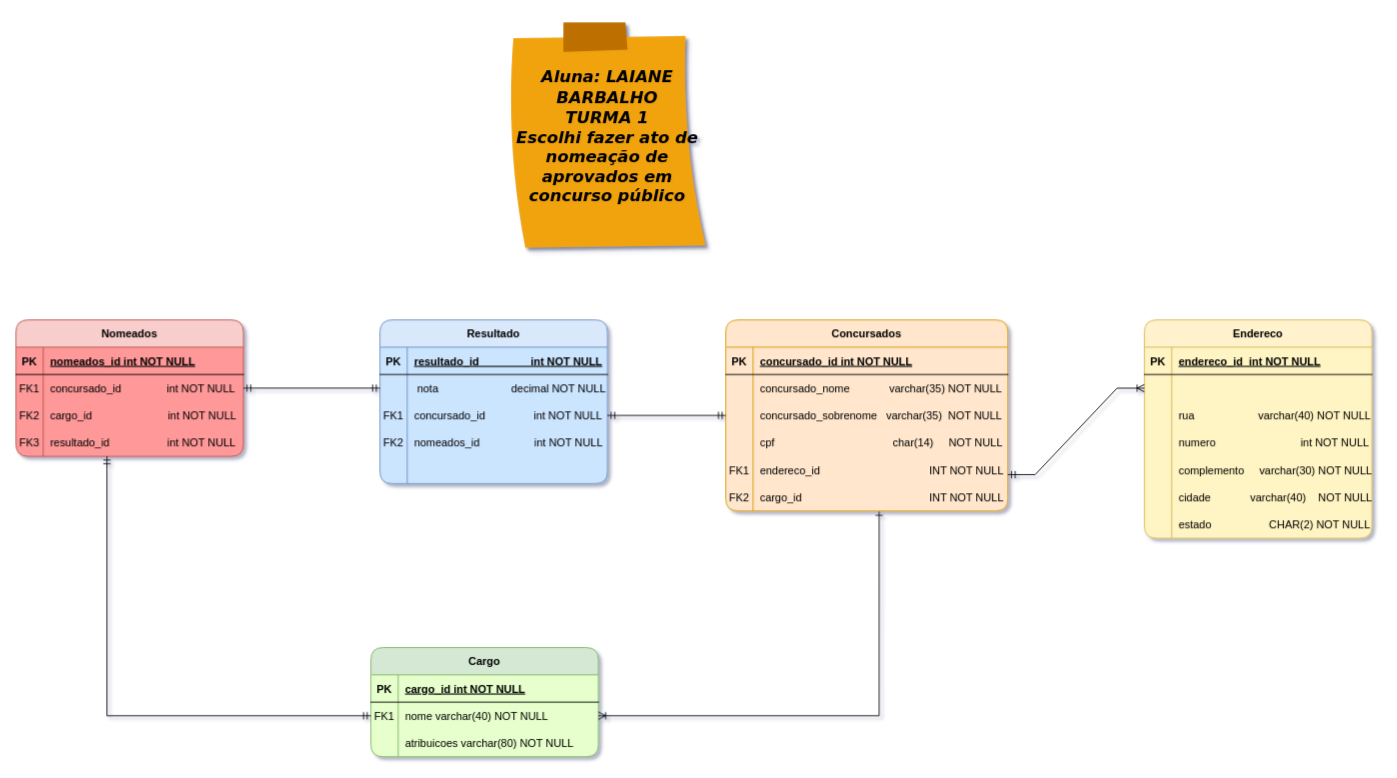
laianebarbalho/CHECKPOINT01_BANCODEDADOS keeps this draw.io diagram as Untitled Diagram.drawio. Above is the earlier version. Source tidied: cells renumbered, new cells numbered last; positions are measured from the earlier drawing's top-left corner, leaving out a move shared by most shapes. Both pictures are drawn from the tidied source at 91%, with x=0, y=0 at pixel (15, 22).
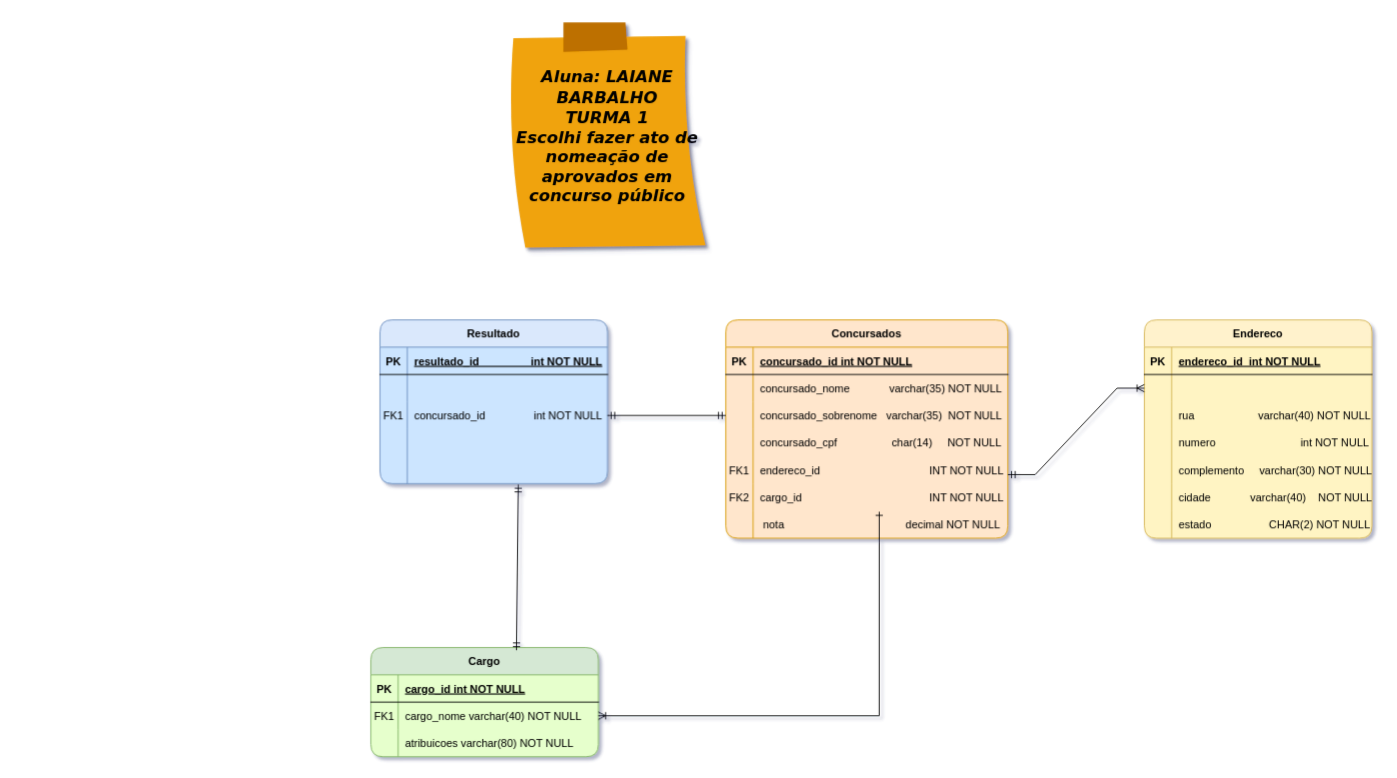
After the change.

Unchanged cells that the change refers to:
```xml
<mxCell id="24" value="Cargo" style="shape=table;startSize=30;childLayout=tableLayout;rowLines=0;fontStyle=1;align=center;rounded=1;fillColor=#d5e8d4;strokeColor=#82b366;swimlaneFillColor=#E6FFCC;" parent="1" vertex="1">
  <mxGeometry x="390" y="687" width="250" height="120" as="geometry" />
</mxCell>
<mxCell id="28" style="shape=partialRectangle;fillColor=none;points=[[0,0.5],[1,0.5]];portConstraint=eastwest;top=0;left=0;right=0;bottom=0;" parent="24" vertex="1">
  <mxGeometry y="60" width="250" height="30" as="geometry" />
</mxCell>
<mxCell id="44" style="shape=partialRectangle;fillColor=none;top=0;left=0;right=0;bottom=0;" parent="34" vertex="1">
  <mxGeometry y="120" width="310" height="30" as="geometry" />
</mxCell>
<mxCell id="57" style="shape=partialRectangle;fillColor=none;points=[[0,0.5],[1,0.5]];portConstraint=eastwest;top=0;left=0;right=0;bottom=0;" parent="53" vertex="1">
  <mxGeometry y="60" width="250" height="30" as="geometry" />
</mxCell>
<mxCell id="63" style="shape=partialRectangle;fillColor=none;top=0;left=0;right=0;bottom=0;" parent="53" vertex="1">
  <mxGeometry y="120" width="250" height="30" as="geometry" />
</mxCell>
<mxCell id="66" style="shape=partialRectangle;fillColor=none;points=[[0,0.5],[1,0.5]];portConstraint=eastwest;top=0;left=0;right=0;bottom=0;" parent="53" vertex="1">
  <mxGeometry y="150" width="250" height="30" as="geometry" />
</mxCell>
```

Change to the diagram source:
```diff
@@
-    <mxCell id="30" value="nome varchar(40) NOT NULL" style="shape=partialRectangle;overflow=hidden;fillColor=none;top=0;left=0;bottom=0;right=0;align=left;spacingLeft=6;" parent="28" vertex="1">
+    <mxCell id="30" value="cargo_nome varchar(40) NOT NULL" style="shape=partialRectangle;overflow=hidden;fillColor=none;top=0;left=0;bottom=0;right=0;align=left;spacingLeft=6;" parent="28" vertex="1">
       <mxGeometry x="30" width="220" height="30" as="geometry" />
     </mxCell>
@@
     <mxCell id="34" value="Concursados" style="shape=table;startSize=30;childLayout=tableLayout;rowLines=0;fontStyle=1;align=center;fillColor=#ffe6cc;strokeColor=#d79b00;swimlaneFillColor=#FFE6CC;gradientColor=none;rounded=1;" parent="1" vertex="1">
-      <mxGeometry x="780" y="327" width="310" height="210" as="geometry" />
+      <mxGeometry x="780" y="327" width="310" height="240" as="geometry" />
     </mxCell>
@@
-    <mxCell id="46" value="cpf                                       char(14)     NOT NULL  " style="shape=partialRectangle;overflow=hidden;fillColor=none;top=0;left=0;bottom=0;right=0;align=left;spacingLeft=6;" parent="44" vertex="1">
+    <mxCell id="46" value="concursado_cpf                  char(14)     NOT NULL  " style="shape=partialRectangle;overflow=hidden;fillColor=none;top=0;left=0;bottom=0;right=0;align=left;spacingLeft=6;" parent="44" vertex="1">
       <mxGeometry x="30" width="280" height="30" as="geometry" />
     </mxCell>
@@
+    <mxCell id="89" style="shape=partialRectangle;fillColor=none;top=0;left=0;right=0;bottom=0;" parent="34" vertex="1">
+      <mxGeometry y="210" width="310" height="30" as="geometry" />
+    </mxCell>
+    <mxCell id="90" style="shape=partialRectangle;overflow=hidden;fillColor=none;top=0;left=0;bottom=0;right=0;" parent="89" vertex="1">
+      <mxGeometry width="30" height="30" as="geometry" />
+    </mxCell>
+    <mxCell id="91" value=" nota                                        decimal NOT NULL" style="shape=partialRectangle;overflow=hidden;fillColor=none;top=0;left=0;bottom=0;right=0;align=left;spacingLeft=6;" parent="89" vertex="1">
+      <mxGeometry x="30" width="280" height="30" as="geometry" />
+    </mxCell>
@@
-    <mxCell id="59" value=" nota                        decimal NOT NULL" style="shape=partialRectangle;overflow=hidden;fillColor=none;top=0;left=0;bottom=0;right=0;align=left;spacingLeft=6;" parent="57" vertex="1">
+    <mxCell id="59" style="shape=partialRectangle;overflow=hidden;fillColor=none;top=0;left=0;bottom=0;right=0;align=left;spacingLeft=6;" parent="57" vertex="1">
       <mxGeometry x="30" width="220" height="30" as="geometry" />
     </mxCell>
@@
-    <mxCell id="64" value="FK2" style="shape=partialRectangle;overflow=hidden;fillColor=none;top=0;left=0;bottom=0;right=0;" parent="63" vertex="1">
+    <mxCell id="64" style="shape=partialRectangle;overflow=hidden;fillColor=none;top=0;left=0;bottom=0;right=0;" parent="63" vertex="1">
       <mxGeometry width="30" height="30" as="geometry" />
     </mxCell>
-    <mxCell id="65" value="nomeados_id                  int NOT NULL" style="shape=partialRectangle;overflow=hidden;fillColor=none;top=0;left=0;bottom=0;right=0;align=left;spacingLeft=6;" parent="63" vertex="1">
+    <mxCell id="65" style="shape=partialRectangle;overflow=hidden;fillColor=none;top=0;left=0;bottom=0;right=0;align=left;spacingLeft=6;" parent="63" vertex="1">
       <mxGeometry x="30" width="220" height="30" as="geometry" />
     </mxCell>
@@
-    <mxCell id="69" value="Nomeados" style="shape=table;startSize=30;childLayout=tableLayout;rowLines=0;fontStyle=1;align=center;rounded=1;fillColor=#f8cecc;strokeColor=#b85450;swimlaneFillColor=#FF9999;" parent="1" vertex="1">
-      <mxGeometry y="327" width="250" height="150" as="geometry" />
-    </mxCell>
-    <mxCell id="70" style="shape=partialRectangle;fillColor=none;top=0;left=0;right=0;bottom=1;" parent="69" vertex="1">
-      <mxGeometry y="30" width="250" height="30" as="geometry" />
-    </mxCell>
-    <mxCell id="71" value="PK" style="shape=partialRectangle;overflow=hidden;fillColor=none;top=0;left=0;bottom=0;right=0;fontStyle=1;" parent="70" vertex="1">
-      <mxGeometry width="30" height="30" as="geometry" />
-    </mxCell>
-    <mxCell id="72" value="nomeados_id int NOT NULL " style="shape=partialRectangle;overflow=hidden;fillColor=none;top=0;left=0;bottom=0;right=0;align=left;spacingLeft=6;fontStyle=5;" parent="70" vertex="1">
-      <mxGeometry x="30" width="220" height="30" as="geometry" />
-    </mxCell>
-    <mxCell id="73" style="shape=partialRectangle;fillColor=none;points=[[0,0.5],[1,0.5]];portConstraint=eastwest;top=0;left=0;right=0;bottom=0;" parent="69" vertex="1">
-      <mxGeometry y="60" width="250" height="30" as="geometry" />
-    </mxCell>
-    <mxCell id="74" value="FK1" style="shape=partialRectangle;overflow=hidden;fillColor=none;top=0;left=0;bottom=0;right=0;" parent="73" vertex="1">
-      <mxGeometry width="30" height="30" as="geometry" />
-    </mxCell>
-    <mxCell id="75" value="concursado_id               int NOT NULL" style="shape=partialRectangle;overflow=hidden;fillColor=none;top=0;left=0;bottom=0;right=0;align=left;spacingLeft=6;" parent="73" vertex="1">
-      <mxGeometry x="30" width="220" height="30" as="geometry" />
-    </mxCell>
-    <mxCell id="76" style="shape=partialRectangle;fillColor=none;top=0;left=0;right=0;bottom=0;" parent="69" vertex="1">
-      <mxGeometry y="90" width="250" height="30" as="geometry" />
-    </mxCell>
-    <mxCell id="77" value="FK2" style="shape=partialRectangle;overflow=hidden;fillColor=none;top=0;left=0;bottom=0;right=0;" parent="76" vertex="1">
-      <mxGeometry width="30" height="30" as="geometry" />
-    </mxCell>
-    <mxCell id="78" value="cargo_id                         int NOT NULL" style="shape=partialRectangle;overflow=hidden;fillColor=none;top=0;left=0;bottom=0;right=0;align=left;spacingLeft=6;" parent="76" vertex="1">
-      <mxGeometry x="30" width="220" height="30" as="geometry" />
-    </mxCell>
-    <mxCell id="79" style="shape=partialRectangle;fillColor=none;points=[[0,0.5],[1,0.5]];portConstraint=eastwest;top=0;left=0;right=0;bottom=0;" parent="69" vertex="1">
-      <mxGeometry y="120" width="250" height="30" as="geometry" />
-    </mxCell>
-    <mxCell id="80" value="FK3" style="shape=partialRectangle;overflow=hidden;fillColor=none;top=0;left=0;bottom=0;right=0;" parent="79" vertex="1">
-      <mxGeometry width="30" height="30" as="geometry" />
-    </mxCell>
-    <mxCell id="81" value="resultado_id                   int NOT NULL" style="shape=partialRectangle;overflow=hidden;fillColor=none;top=0;left=0;bottom=0;right=0;align=left;spacingLeft=6;" parent="79" vertex="1">
-      <mxGeometry x="30" width="220" height="30" as="geometry" />
-    </mxCell>
@@
-    <mxCell id="84" style="edgeStyle=orthogonalEdgeStyle;rounded=0;jumpStyle=none;jettySize=auto;html=1;exitX=0;exitY=0.5;exitDx=0;exitDy=0;startArrow=ERmandOne;startFill=0;endArrow=ERmandOne;endFill=0;strokeColor=default;entryX=0.4;entryY=1;entryDx=0;entryDy=0;entryPerimeter=0;" parent="1" edge="1" source="28" target="79">
-      <mxGeometry relative="1" as="geometry" />
-    </mxCell>
-    <mxCell id="85" style="edgeStyle=orthogonalEdgeStyle;rounded=0;jumpStyle=none;jettySize=auto;html=1;entryX=0;entryY=0.5;entryDx=0;entryDy=0;startArrow=ERmandOne;startFill=0;endArrow=ERmandOne;endFill=0;strokeColor=default;" parent="1" edge="1" source="73" target="57">
-      <mxGeometry relative="1" as="geometry" />
-    </mxCell>
@@
+    <mxCell id="92" style="fontSize=12;html=1;endArrow=ERmandOne;startArrow=ERmandOne;rounded=0;exitX=0.64;exitY=0.025;exitDx=0;exitDy=0;exitPerimeter=0;entryX=0.608;entryY=1.033;entryDx=0;entryDy=0;entryPerimeter=0;" parent="1" edge="1" source="24" target="66">
+      <mxGeometry relative="1" as="geometry" />
+    </mxCell>
```
